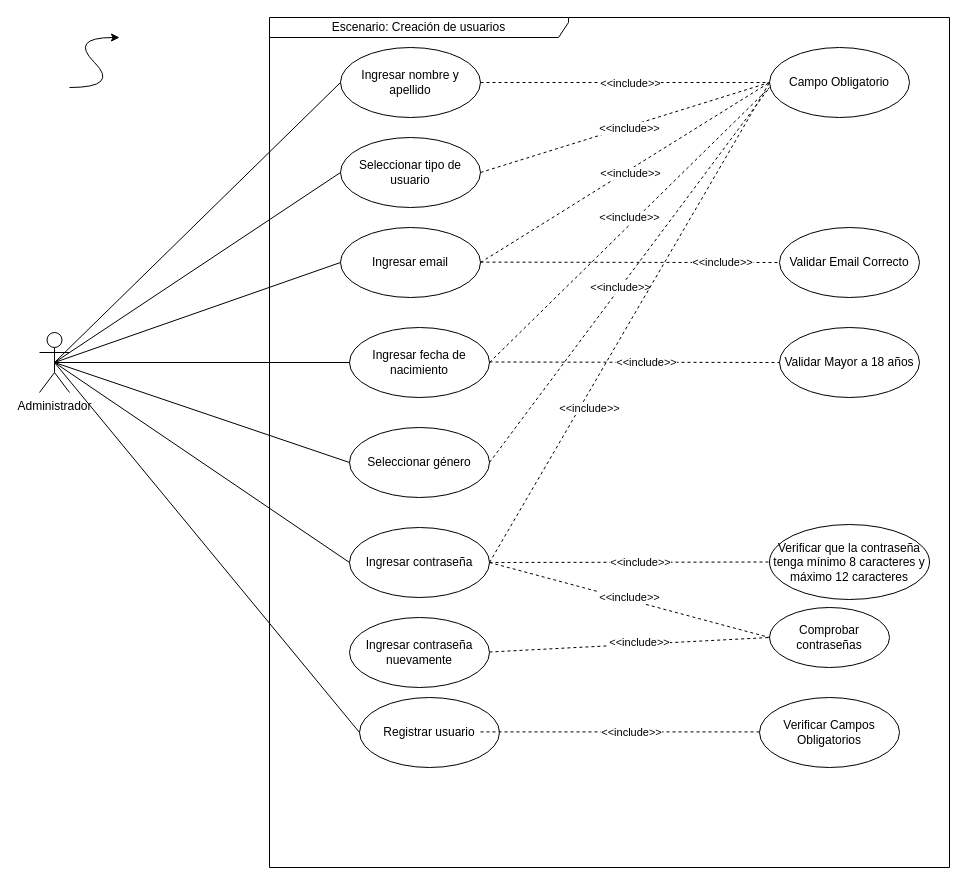
nicasop/PROYECTO_INTEGRADOR_P58 keeps this draw.io diagram as page "Creación de usuarios" (4 of 13) of documentacion/Untitled Diagram.drawio. Above is the earlier version. Source tidied: cells renumbered, new cells numbered last; positions are measured from the earlier drawing's top-left corner, leaving out a move shared by most shapes. Both pictures are drawn from the tidied source at 100%, with x=0, y=0 at pixel (39, 17).
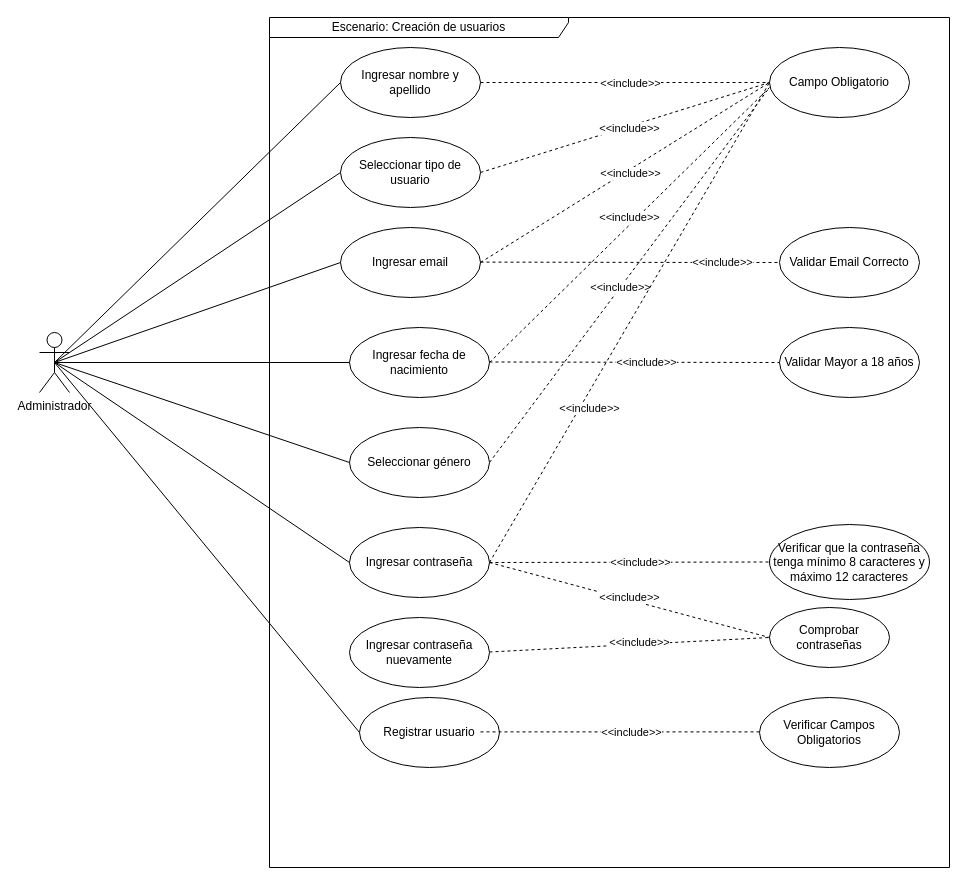
The same diagram, later.

The edit, as a diff of the source:
```diff
@@
-    <mxCell id="50" style="curved=1;endArrow=classic;html=1;" parent="1" edge="1">
-      <mxGeometry relative="1" as="geometry">
-        <mxPoint x="30" y="70" as="sourcePoint" />
-        <mxPoint x="80" y="20" as="targetPoint" />
-        <Array as="points">
-          <mxPoint x="80" y="70" />
-          <mxPoint x="30" y="20" />
-        </Array>
-      </mxGeometry>
-    </mxCell>
```
